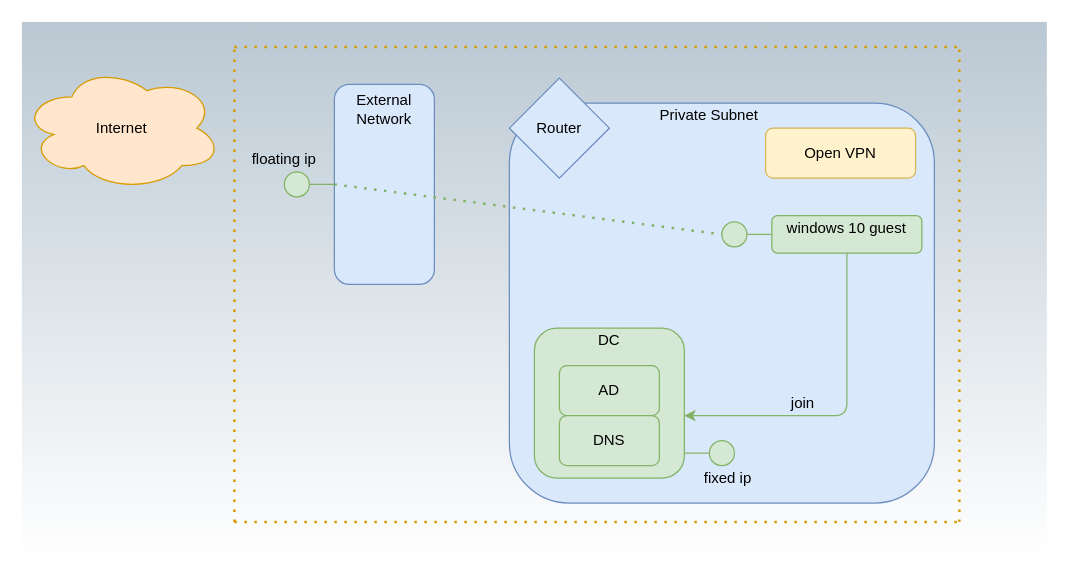
This is docs/diagrams/overview.drawio from adrianriobo/tstenvs, a draw.io file, before an edit. Source tidied: cells renumbered, new cells numbered last; positions are measured from the earlier drawing's top-left corner, leaving out a move shared by most shapes. Both pictures are drawn from the tidied source at 125%, with x=0, y=0 at pixel (21, 21).
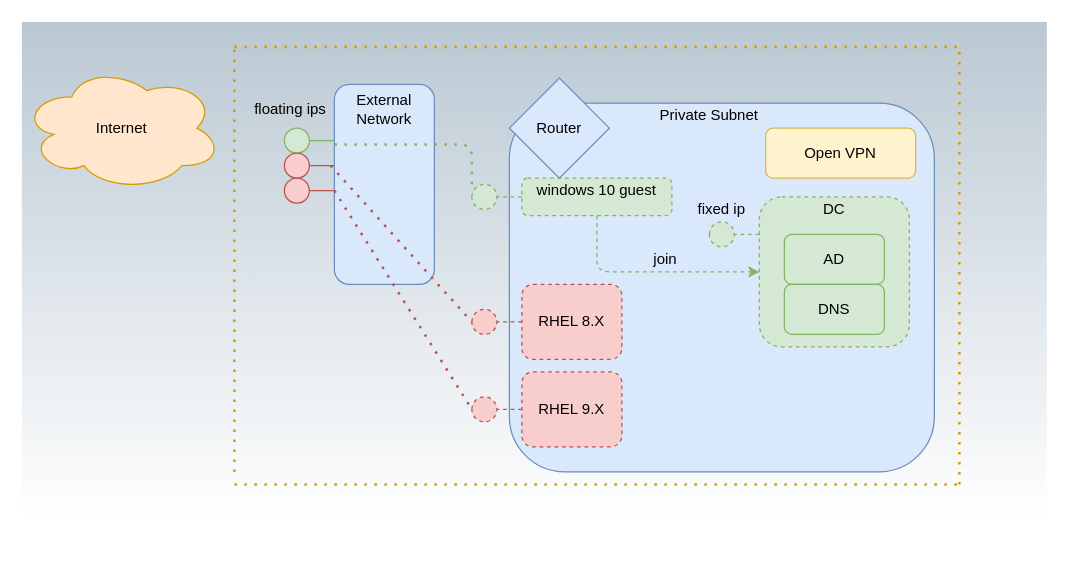
After the change.

Commit message (it also covers changes not shown here):
Updated diagram with supported envs

The change refers to these unchanged cells:
```xml
<mxCell id="3" style="rounded=1;whiteSpace=wrap;html=1;fillColor=#dae8fc;strokeColor=#6c8ebf;" parent="1" vertex="1">
  <mxGeometry x="250" y="50" width="80" height="160" as="geometry" />
</mxCell>
```

Diff of the diagram source:
```diff
@@
     <mxCell id="2" style="rounded=0;whiteSpace=wrap;html=1;fillColor=#bac8d3;strokeColor=none;gradientColor=#ffffff;" parent="1" vertex="1">
-      <mxGeometry width="820" height="430" as="geometry" />
+      <mxGeometry width="820" height="400" as="geometry" />
     </mxCell>
@@
     <mxCell id="5" style="rounded=1;whiteSpace=wrap;html=1;fillColor=#dae8fc;strokeColor=#6c8ebf;" parent="1" vertex="1">
-      <mxGeometry x="390" y="65" width="340" height="320" as="geometry" />
+      <mxGeometry x="390" y="65" width="340" height="295" as="geometry" />
     </mxCell>
@@
-    <mxCell id="7" style="rounded=1;whiteSpace=wrap;html=1;fillColor=#d5e8d4;strokeColor=#82b366;" parent="1" vertex="1">
-      <mxGeometry x="410" y="245" width="120" height="120" as="geometry" />
+    <mxCell id="7" style="rounded=1;whiteSpace=wrap;html=1;fillColor=#d5e8d4;strokeColor=#82b366;dashed=1;" parent="1" vertex="1">
+      <mxGeometry x="590" y="140" width="120" height="120" as="geometry" />
     </mxCell>
     <mxCell id="8" value="DC" style="text;html=1;strokeColor=none;fillColor=none;align=center;verticalAlign=middle;whiteSpace=wrap;rounded=0;" parent="1" vertex="1">
-      <mxGeometry x="450" y="245" width="40" height="20" as="geometry" />
+      <mxGeometry x="630" y="140" width="40" height="20" as="geometry" />
     </mxCell>
     <mxCell id="9" value="AD" style="rounded=1;whiteSpace=wrap;html=1;fillColor=#d5e8d4;strokeColor=#82b366;" parent="1" vertex="1">
-      <mxGeometry x="430" y="275" width="80" height="40" as="geometry" />
+      <mxGeometry x="610" y="170" width="80" height="40" as="geometry" />
     </mxCell>
     <mxCell id="10" value="DNS" style="rounded=1;whiteSpace=wrap;html=1;fillColor=#d5e8d4;strokeColor=#82b366;" parent="1" vertex="1">
-      <mxGeometry x="430" y="315" width="80" height="40" as="geometry" />
+      <mxGeometry x="610" y="210" width="80" height="40" as="geometry" />
     </mxCell>
     <mxCell id="11" value="fixed ip" style="text;html=1;strokeColor=none;fillColor=none;align=center;verticalAlign=middle;whiteSpace=wrap;rounded=0;" parent="1" vertex="1">
-      <mxGeometry x="540" y="355" width="50" height="20" as="geometry" />
+      <mxGeometry x="535" y="140" width="50" height="20" as="geometry" />
     </mxCell>
-    <mxCell id="12" style="rounded=1;whiteSpace=wrap;html=1;fillColor=#d5e8d4;strokeColor=#82b366;" parent="1" vertex="1">
-      <mxGeometry x="600" y="155" width="120" height="30" as="geometry" />
+    <mxCell id="12" style="rounded=1;whiteSpace=wrap;html=1;fillColor=#d5e8d4;strokeColor=#82b366;dashed=1;" parent="1" vertex="1">
+      <mxGeometry x="400" y="125" width="120" height="30" as="geometry" />
     </mxCell>
     <mxCell id="13" value="windows 10 guest" style="text;html=1;strokeColor=none;fillColor=none;align=center;verticalAlign=middle;whiteSpace=wrap;rounded=0;" parent="1" vertex="1">
-      <mxGeometry x="610" y="155" width="100" height="20" as="geometry" />
+      <mxGeometry x="410" y="125" width="100" height="20" as="geometry" />
     </mxCell>
@@
-    <mxCell id="16" style="endArrow=classic;html=1;exitX=0.5;exitY=1;exitDx=0;exitDy=0;fillColor=#d5e8d4;strokeColor=#82b366;" parent="1" edge="1" source="12">
+    <mxCell id="16" style="endArrow=classic;html=1;exitX=0.5;exitY=1;exitDx=0;exitDy=0;fillColor=#d5e8d4;strokeColor=#82b366;dashed=1;" parent="1" edge="1" source="12">
       <mxGeometry relative="1" as="geometry">
-        <mxPoint x="530" y="315" as="targetPoint" />
+        <mxPoint x="590" y="200" as="targetPoint" />
         <Array as="points">
-          <mxPoint x="660" y="315" />
+          <mxPoint x="460" y="200" />
         </Array>
       </mxGeometry>
     </mxCell>
     <mxCell id="17" value="join" style="text;html=1;strokeColor=none;fillColor=none;align=center;verticalAlign=middle;whiteSpace=wrap;rounded=0;" parent="1" vertex="1">
-      <mxGeometry x="605" y="295" width="40" height="20" as="geometry" />
+      <mxGeometry x="495" y="180" width="40" height="20" as="geometry" />
     </mxCell>
     <mxCell id="18" style="html=1;whiteSpace=wrap;fillColor=#d5e8d4;shape=mxgraph.archimate3.interface;rotation=-180;strokeColor=#82b366;" parent="1" vertex="1">
-      <mxGeometry x="210" y="120" width="40" height="20" as="geometry" />
+      <mxGeometry x="210" y="85" width="40" height="20" as="geometry" />
     </mxCell>
-    <mxCell id="19" style="html=1;whiteSpace=wrap;fillColor=#d5e8d4;shape=mxgraph.archimate3.interface;rotation=0;strokeColor=#82b366;" parent="1" vertex="1">
-      <mxGeometry x="530" y="335" width="40" height="20" as="geometry" />
+    <mxCell id="19" style="html=1;whiteSpace=wrap;fillColor=#d5e8d4;shape=mxgraph.archimate3.interface;rotation=-180;strokeColor=#82b366;dashed=1;" parent="1" vertex="1">
+      <mxGeometry x="550" y="160" width="40" height="20" as="geometry" />
     </mxCell>
-    <mxCell id="20" style="html=1;outlineConnect=0;whiteSpace=wrap;fillColor=#d5e8d4;shape=mxgraph.archimate3.interface;rotation=-180;strokeColor=#82b366;" parent="1" vertex="1">
-      <mxGeometry x="560" y="160" width="40" height="20" as="geometry" />
+    <mxCell id="20" style="html=1;outlineConnect=0;whiteSpace=wrap;fillColor=#d5e8d4;shape=mxgraph.archimate3.interface;rotation=-180;strokeColor=#82b366;dashed=1;" parent="1" vertex="1">
+      <mxGeometry x="360" y="130" width="40" height="20" as="geometry" />
     </mxCell>
-    <mxCell id="21" value="floating ip" style="text;html=1;strokeColor=none;fillColor=none;align=center;verticalAlign=middle;whiteSpace=wrap;rounded=0;" parent="1" vertex="1">
-      <mxGeometry x="180" y="100" width="60" height="20" as="geometry" />
+    <mxCell id="21" value="floating ips" style="text;html=1;strokeColor=none;fillColor=none;align=center;verticalAlign=middle;whiteSpace=wrap;rounded=0;" parent="1" vertex="1">
+      <mxGeometry x="185" y="60" width="60" height="20" as="geometry" />
     </mxCell>
@@
     <mxCell id="26" style="endArrow=none;dashed=1;html=1;dashPattern=1 3;strokeWidth=2;fillColor=#ffe6cc;strokeColor=#d79b00;" parent="1" edge="1">
       <mxGeometry relative="1" as="geometry">
-        <mxPoint x="170" y="400" as="sourcePoint" />
-        <mxPoint x="750" y="400" as="targetPoint" />
+        <mxPoint x="170" y="370" as="sourcePoint" />
+        <mxPoint x="750" y="370" as="targetPoint" />
       </mxGeometry>
     </mxCell>
     <mxCell id="27" style="endArrow=none;dashed=1;html=1;dashPattern=1 3;strokeWidth=2;fillColor=#ffe6cc;strokeColor=#d79b00;" parent="1" edge="1">
       <mxGeometry relative="1" as="geometry">
-        <mxPoint x="170" y="400" as="sourcePoint" />
+        <mxPoint x="170" y="360" as="sourcePoint" />
         <mxPoint x="170" y="20" as="targetPoint" />
       </mxGeometry>
     </mxCell>
     <mxCell id="28" style="endArrow=none;dashed=1;html=1;dashPattern=1 3;strokeWidth=2;fillColor=#ffe6cc;strokeColor=#d79b00;" parent="1" edge="1">
       <mxGeometry relative="1" as="geometry">
-        <mxPoint x="750" y="400" as="sourcePoint" />
+        <mxPoint x="750" y="370" as="sourcePoint" />
         <mxPoint x="750" y="20" as="targetPoint" />
       </mxGeometry>
     </mxCell>
-    <mxCell id="29" style="endArrow=none;dashed=1;html=1;dashPattern=1 3;strokeWidth=2;exitX=0;exitY=0.5;exitDx=0;exitDy=0;entryX=1;entryY=0.5;entryDx=0;entryDy=0;entryPerimeter=0;fillColor=#d5e8d4;strokeColor=#82b366;" parent="1" edge="1" source="3" target="20">
-      <mxGeometry relative="1" as="geometry" />
+    <mxCell id="29" style="endArrow=none;dashed=1;html=1;dashPattern=1 3;strokeWidth=2;exitX=0;exitY=0.3;exitDx=0;exitDy=0;fillColor=#d5e8d4;strokeColor=#82b366;exitPerimeter=0;" parent="1" edge="1" source="3">
+      <mxGeometry relative="1" as="geometry">
+        <mxPoint x="360" y="130" as="targetPoint" />
+        <Array as="points">
+          <mxPoint x="360" y="98" />
+          <mxPoint x="360" y="130" />
+        </Array>
+      </mxGeometry>
     </mxCell>
+    <mxCell id="30" value="RHEL 8.X" style="rounded=1;whiteSpace=wrap;html=1;fillColor=#f8cecc;strokeColor=#b85450;dashed=1;" parent="1" vertex="1">
+      <mxGeometry x="400" y="210" width="80" height="60" as="geometry" />
+    </mxCell>
+    <mxCell id="31" value="RHEL 9.X" style="rounded=1;whiteSpace=wrap;html=1;fillColor=#f8cecc;strokeColor=#b85450;dashed=1;" parent="1" vertex="1">
+      <mxGeometry x="400" y="280" width="80" height="60" as="geometry" />
+    </mxCell>
+    <mxCell id="32" style="html=1;outlineConnect=0;whiteSpace=wrap;fillColor=#f8cecc;shape=mxgraph.archimate3.interface;rotation=-180;strokeColor=#b85450;dashed=1;" parent="1" vertex="1">
+      <mxGeometry x="360" y="230" width="40" height="20" as="geometry" />
+    </mxCell>
+    <mxCell id="33" style="html=1;outlineConnect=0;whiteSpace=wrap;fillColor=#f8cecc;shape=mxgraph.archimate3.interface;rotation=-180;strokeColor=#b85450;dashed=1;" parent="1" vertex="1">
+      <mxGeometry x="360" y="300" width="40" height="20" as="geometry" />
+    </mxCell>
+    <mxCell id="34" style="html=1;whiteSpace=wrap;fillColor=#f8cecc;shape=mxgraph.archimate3.interface;rotation=-180;strokeColor=#b85450;" parent="1" vertex="1">
+      <mxGeometry x="210" y="105" width="40" height="20" as="geometry" />
+    </mxCell>
+    <mxCell id="35" style="html=1;outlineConnect=0;whiteSpace=wrap;fillColor=#f8cecc;shape=mxgraph.archimate3.interface;rotation=-180;strokeColor=#b85450;" parent="1" vertex="1">
+      <mxGeometry x="210" y="125" width="40" height="20" as="geometry" />
+    </mxCell>
+    <mxCell id="36" style="endArrow=none;dashed=1;html=1;dashPattern=1 3;strokeWidth=2;entryX=1;entryY=0.5;entryDx=0;entryDy=0;entryPerimeter=0;exitX=-0.037;exitY=0.406;exitDx=0;exitDy=0;exitPerimeter=0;fillColor=#f8cecc;strokeColor=#b85450;" parent="1" edge="1" source="3" target="32">
+      <mxGeometry relative="1" as="geometry" />
+    </mxCell>
+    <mxCell id="37" style="endArrow=none;dashed=1;html=1;dashPattern=1 3;strokeWidth=2;entryX=1;entryY=0.5;entryDx=0;entryDy=0;entryPerimeter=0;exitX=0;exitY=0.5;exitDx=0;exitDy=0;exitPerimeter=0;fillColor=#f8cecc;strokeColor=#b85450;" parent="1" edge="1" source="35" target="33">
+      <mxGeometry relative="1" as="geometry" />
+    </mxCell>
```
